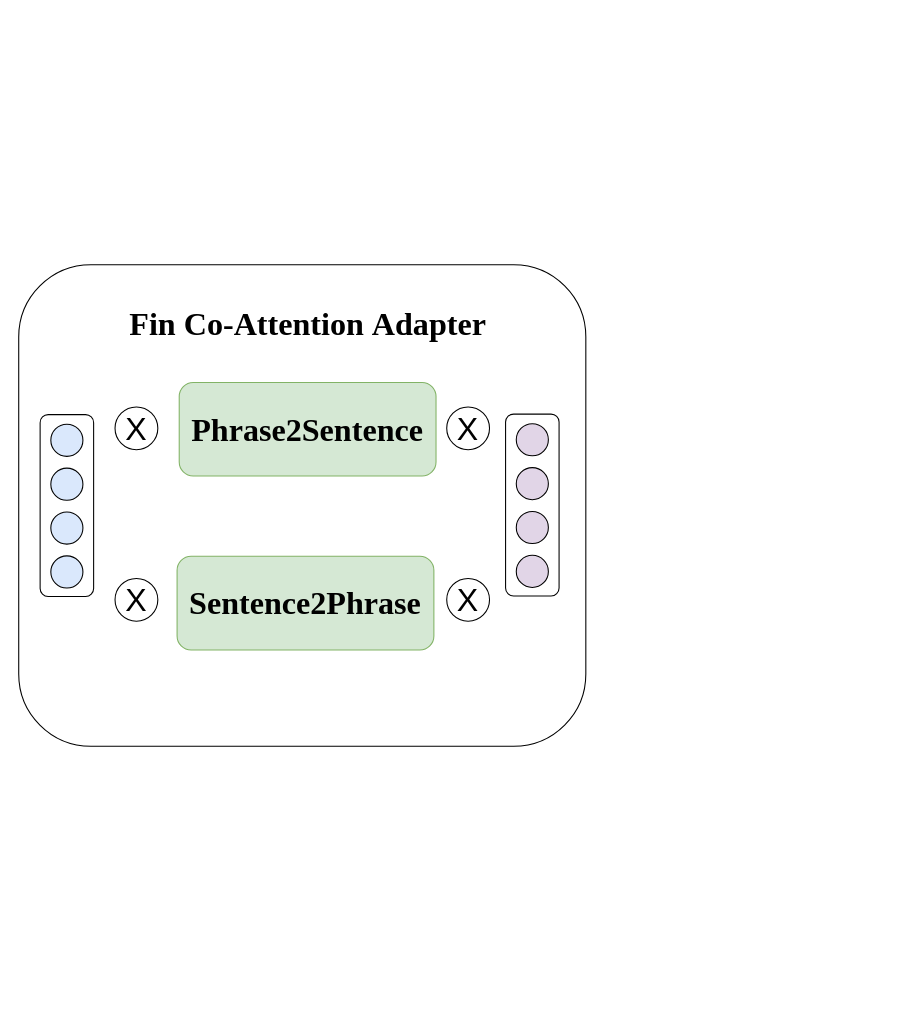
lengyueit/paper_pic keeps this draw.io diagram as text_match/Co-attn.drawio. Above is the earlier version. Source tidied: cells renumbered, new cells numbered last; positions are measured from the earlier drawing's top-left corner, leaving out a move shared by most shapes. Both pictures are drawn from the tidied source at 107%, with x=0, y=0 at pixel (-25, 264).
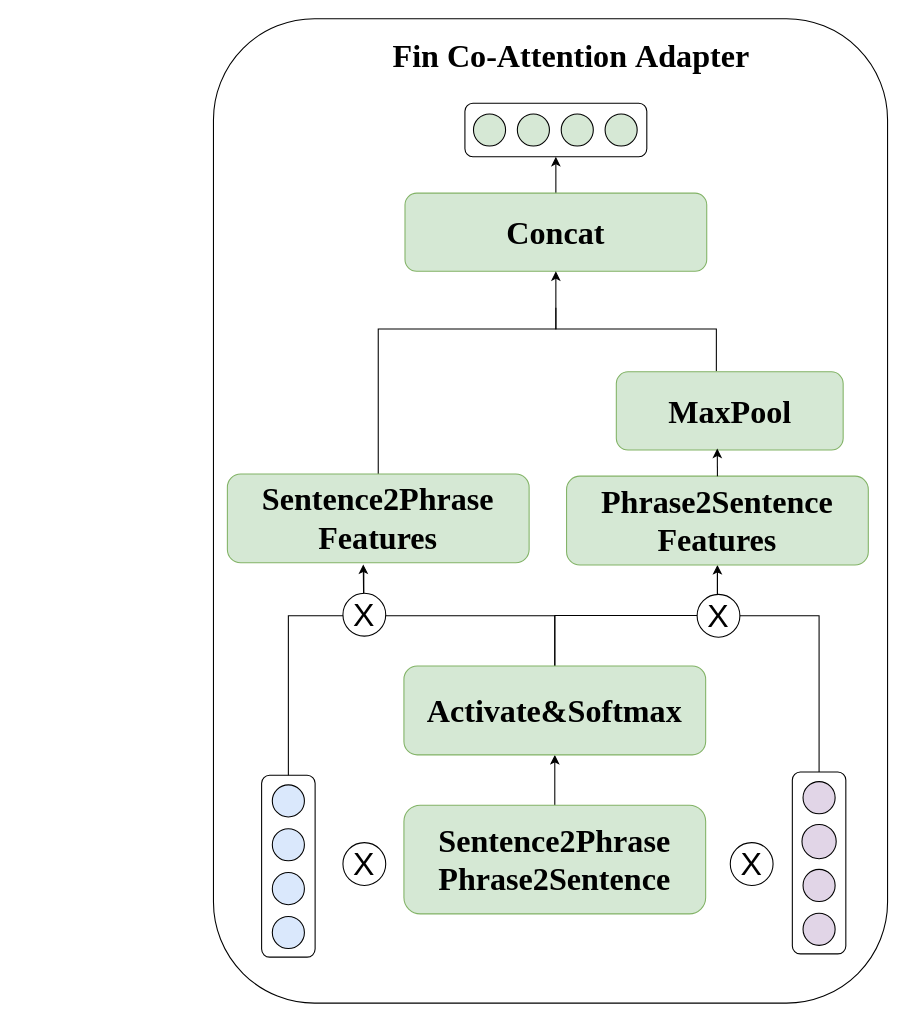
The same page after the edit.

Unchanged cells that the change refers to:
```xml
<mxCell id="11" style="rounded=1;whiteSpace=wrap;html=1;direction=west;rotation=90;" parent="10" vertex="1">
  <mxGeometry x="-60" y="60" width="170" height="50" as="geometry" />
</mxCell>
```

Diff of the diagram source:
```diff
@@
     <mxCell id="2" style="rounded=1;whiteSpace=wrap;html=1;" parent="1" vertex="1">
-      <mxGeometry x="40" width="530" height="450" as="geometry" />
+      <mxGeometry x="222" y="-230" width="630" height="920" as="geometry" />
     </mxCell>
     <mxCell id="3" value="&lt;font face=&quot;Times New Roman&quot; style=&quot;font-size: 30px;&quot;&gt;&lt;b&gt;Fin Co-Attention&amp;nbsp;&lt;/b&gt;&lt;/font&gt;&lt;font size=&quot;1&quot; face=&quot;Times New Roman&quot;&gt;&lt;b style=&quot;font-size: 30px;&quot;&gt;Adapter&lt;/b&gt;&lt;/font&gt;" style="text;html=1;align=center;verticalAlign=middle;strokeColor=none;fillColor=none;" parent="1" vertex="1">
-      <mxGeometry x="130" y="30" width="360" height="50" as="geometry" />
+      <mxGeometry x="376" y="-220" width="360" height="50" as="geometry" />
     </mxCell>
-    <mxCell id="4" value="&lt;b style=&quot;border-color: var(--border-color); font-family: &amp;quot;Times New Roman&amp;quot;; font-size: 30px;&quot;&gt;Phrase2Sentence&lt;/b&gt;" style="rounded=1;whiteSpace=wrap;html=1;fillColor=#d5e8d4;strokeColor=#82b366;" parent="1" vertex="1">
-      <mxGeometry x="190" y="110" width="240" height="87.3" as="geometry" />
-    </mxCell>
+    <mxCell id="21" style="edgeStyle=orthogonalEdgeStyle;rounded=0;jettySize=auto;html=1;exitX=0.5;exitY=0;exitDx=0;exitDy=0;entryX=0.5;entryY=1;entryDx=0;entryDy=0;" parent="1" edge="1" source="5" target="24">
+      <mxGeometry relative="1" as="geometry" />
+    </mxCell>
-    <mxCell id="5" value="&lt;b style=&quot;border-color: var(--border-color); font-family: &amp;quot;Times New Roman&amp;quot;; font-size: 30px;&quot;&gt;Sentence2&lt;/b&gt;&lt;b style=&quot;border-color: var(--border-color); font-family: &amp;quot;Times New Roman&amp;quot;; font-size: 30px;&quot;&gt;Phrase&lt;/b&gt;" style="rounded=1;whiteSpace=wrap;html=1;fillColor=#d5e8d4;strokeColor=#82b366;" parent="1" vertex="1">
-      <mxGeometry x="188" y="272.4" width="240" height="87.6" as="geometry" />
+    <mxCell id="5" value="&lt;b style=&quot;border-color: var(--border-color); font-family: &amp;quot;Times New Roman&amp;quot;; font-size: 30px;&quot;&gt;Sentence2&lt;/b&gt;&lt;b style=&quot;border-color: var(--border-color); font-family: &amp;quot;Times New Roman&amp;quot;; font-size: 30px;&quot;&gt;Phrase&lt;br&gt;&lt;b style=&quot;border-color: var(--border-color);&quot;&gt;Phrase2Sentence&lt;/b&gt;&lt;br&gt;&lt;/b&gt;" style="rounded=1;whiteSpace=wrap;html=1;fillColor=#d5e8d4;strokeColor=#82b366;" parent="1" vertex="1">
+      <mxGeometry x="400" y="505" width="282" height="101.6" as="geometry" />
     </mxCell>
-    <mxCell id="6" value="&lt;div&gt;&lt;font style=&quot;font-size: 30px;&quot;&gt;X&lt;/font&gt;&lt;/div&gt;" style="ellipse;whiteSpace=wrap;html=1;" parent="1" vertex="1">
-      <mxGeometry x="130" y="132.8" width="40" height="40" as="geometry" />
-    </mxCell>
     <mxCell id="7" value="&lt;div&gt;&lt;font style=&quot;font-size: 30px;&quot;&gt;X&lt;/font&gt;&lt;/div&gt;" style="ellipse;whiteSpace=wrap;html=1;" parent="1" vertex="1">
-      <mxGeometry x="130" y="293.1" width="40" height="40" as="geometry" />
+      <mxGeometry x="343" y="540" width="40" height="40" as="geometry" />
     </mxCell>
-    <mxCell id="8" value="&lt;div&gt;&lt;font style=&quot;font-size: 30px;&quot;&gt;X&lt;/font&gt;&lt;/div&gt;" style="ellipse;whiteSpace=wrap;html=1;" parent="1" vertex="1">
-      <mxGeometry x="440" y="132.8" width="40" height="40" as="geometry" />
-    </mxCell>
     <mxCell id="9" value="&lt;div&gt;&lt;font style=&quot;font-size: 30px;&quot;&gt;X&lt;/font&gt;&lt;/div&gt;" style="ellipse;whiteSpace=wrap;html=1;" parent="1" vertex="1">
-      <mxGeometry x="440" y="293.1" width="40" height="40" as="geometry" />
+      <mxGeometry x="705" y="540" width="40" height="40" as="geometry" />
     </mxCell>
     <mxCell id="10" style="group;" parent="1" vertex="1">
-      <mxGeometry x="60" y="140" width="50" height="170" as="geometry" />
+      <mxGeometry x="267" y="477" width="50" height="170" as="geometry" />
     </mxCell>
@@
+    <mxCell id="22" style="edgeStyle=orthogonalEdgeStyle;rounded=0;jettySize=auto;html=1;exitX=0.5;exitY=0;exitDx=0;exitDy=0;" parent="1" edge="1" source="24">
+      <mxGeometry relative="1" as="geometry">
+        <mxPoint x="362" y="280" as="targetPoint" />
+      </mxGeometry>
+    </mxCell>
+    <mxCell id="23" style="edgeStyle=orthogonalEdgeStyle;rounded=0;jettySize=auto;html=1;exitX=0.5;exitY=0;exitDx=0;exitDy=0;entryX=0.5;entryY=1;entryDx=0;entryDy=0;" parent="1" edge="1" source="24" target="38">
+      <mxGeometry relative="1" as="geometry" />
+    </mxCell>
+    <mxCell id="24" value="&lt;b style=&quot;border-color: var(--border-color); font-family: &amp;quot;Times New Roman&amp;quot;; font-size: 30px;&quot;&gt;Activate&amp;amp;Softmax&lt;br&gt;&lt;/b&gt;" style="rounded=1;whiteSpace=wrap;html=1;fillColor=#d5e8d4;strokeColor=#82b366;" parent="1" vertex="1">
+      <mxGeometry x="400" y="375" width="282" height="83" as="geometry" />
+    </mxCell>
+    <mxCell id="25" style="group;" parent="1" vertex="1">
+      <mxGeometry x="763" y="474" width="50" height="170" as="geometry" />
+    </mxCell>
-    <mxCell id="16" style="rounded=1;whiteSpace=wrap;html=1;direction=west;rotation=90;" parent="1" vertex="1">
-      <mxGeometry x="435" y="199.5" width="170" height="50" as="geometry" />
+    <mxCell id="16" style="rounded=1;whiteSpace=wrap;html=1;direction=west;rotation=90;" parent="25" vertex="1">
+      <mxGeometry x="-60" y="60" width="170" height="50" as="geometry" />
     </mxCell>
-    <mxCell id="17" style="ellipse;whiteSpace=wrap;html=1;fillColor=#e1d5e7;direction=west;" parent="1" vertex="1">
-      <mxGeometry x="505" y="148.5" width="30" height="30" as="geometry" />
+    <mxCell id="17" style="ellipse;whiteSpace=wrap;html=1;fillColor=#e1d5e7;direction=west;" parent="25" vertex="1">
+      <mxGeometry x="10" y="9" width="30" height="30" as="geometry" />
     </mxCell>
-    <mxCell id="18" style="ellipse;whiteSpace=wrap;html=1;fillColor=#e1d5e7;direction=west;" parent="1" vertex="1">
-      <mxGeometry x="505" y="189.5" width="30" height="30" as="geometry" />
+    <mxCell id="18" style="ellipse;whiteSpace=wrap;html=1;fillColor=#e1d5e7;direction=west;" parent="25" vertex="1">
+      <mxGeometry x="9" y="49" width="32" height="32" as="geometry" />
     </mxCell>
-    <mxCell id="19" style="ellipse;whiteSpace=wrap;html=1;fillColor=#e1d5e7;direction=west;" parent="1" vertex="1">
-      <mxGeometry x="505" y="230.5" width="30" height="30" as="geometry" />
+    <mxCell id="19" style="ellipse;whiteSpace=wrap;html=1;fillColor=#e1d5e7;direction=west;" parent="25" vertex="1">
+      <mxGeometry x="10" y="91" width="30" height="30" as="geometry" />
     </mxCell>
-    <mxCell id="20" style="ellipse;whiteSpace=wrap;html=1;fillColor=#e1d5e7;direction=west;" parent="1" vertex="1">
-      <mxGeometry x="505" y="271.5" width="30" height="30" as="geometry" />
+    <mxCell id="20" style="ellipse;whiteSpace=wrap;html=1;fillColor=#e1d5e7;direction=west;" parent="25" vertex="1">
+      <mxGeometry x="10" y="132" width="30" height="30" as="geometry" />
     </mxCell>
+    <mxCell id="26" style="group;rotation=90;" parent="1" vertex="1">
+      <mxGeometry x="517" y="-211" width="50" height="170" as="geometry" />
+    </mxCell>
+    <mxCell id="27" style="rounded=1;whiteSpace=wrap;html=1;direction=west;rotation=180;" parent="26" vertex="1">
+      <mxGeometry x="-60" y="60" width="170" height="50" as="geometry" />
+    </mxCell>
+    <mxCell id="28" style="ellipse;whiteSpace=wrap;html=1;fillColor=#d6e8d5;direction=west;rotation=90;" parent="26" vertex="1">
+      <mxGeometry x="71" y="70" width="30" height="30" as="geometry" />
+    </mxCell>
+    <mxCell id="29" style="ellipse;whiteSpace=wrap;html=1;fillColor=#d6e8d5;direction=west;rotation=90;" parent="26" vertex="1">
+      <mxGeometry x="30" y="70" width="30" height="30" as="geometry" />
+    </mxCell>
+    <mxCell id="30" style="ellipse;whiteSpace=wrap;html=1;fillColor=#d6e8d5;direction=west;rotation=90;" parent="26" vertex="1">
+      <mxGeometry x="-11" y="70" width="30" height="30" as="geometry" />
+    </mxCell>
+    <mxCell id="31" style="ellipse;whiteSpace=wrap;html=1;fillColor=#d6e8d5;direction=west;rotation=90;" parent="26" vertex="1">
+      <mxGeometry x="-52" y="70" width="30" height="30" as="geometry" />
+    </mxCell>
+    <mxCell id="32" style="edgeStyle=orthogonalEdgeStyle;rounded=0;jettySize=auto;html=1;exitX=0.5;exitY=0;exitDx=0;exitDy=0;entryX=0.5;entryY=1;entryDx=0;entryDy=0;" parent="1" edge="1" source="33" target="27">
+      <mxGeometry relative="1" as="geometry" />
+    </mxCell>
+    <mxCell id="33" value="&lt;b style=&quot;border-color: var(--border-color); font-family: &amp;quot;Times New Roman&amp;quot;; font-size: 30px;&quot;&gt;Concat&lt;br&gt;&lt;/b&gt;" style="rounded=1;whiteSpace=wrap;html=1;fillColor=#d5e8d4;strokeColor=#82b366;" parent="1" vertex="1">
+      <mxGeometry x="401" y="-67" width="282" height="73" as="geometry" />
+    </mxCell>
+    <mxCell id="34" style="edgeStyle=orthogonalEdgeStyle;rounded=0;jettySize=auto;html=1;exitX=0.5;exitY=0;exitDx=0;exitDy=0;entryX=0.5;entryY=1;entryDx=0;entryDy=0;" parent="1" edge="1" source="35" target="33">
+      <mxGeometry relative="1" as="geometry">
+        <Array as="points">
+          <mxPoint x="376" y="60" />
+          <mxPoint x="542" y="60" />
+        </Array>
+      </mxGeometry>
+    </mxCell>
+    <mxCell id="35" value="&lt;b style=&quot;border-color: var(--border-color); font-family: &amp;quot;Times New Roman&amp;quot;; font-size: 30px;&quot;&gt;&lt;b style=&quot;border-color: var(--border-color);&quot;&gt;Sentence2&lt;/b&gt;&lt;b style=&quot;border-color: var(--border-color);&quot;&gt;Phrase&lt;br&gt;&lt;/b&gt;Features&lt;br&gt;&lt;/b&gt;" style="rounded=1;whiteSpace=wrap;html=1;fillColor=#d5e8d4;strokeColor=#82b366;" parent="1" vertex="1">
+      <mxGeometry x="235" y="195.5" width="282" height="83" as="geometry" />
+    </mxCell>
+    <mxCell id="36" style="edgeStyle=orthogonalEdgeStyle;rounded=0;jettySize=auto;html=1;exitX=1;exitY=0.5;exitDx=0;exitDy=0;entryX=0.452;entryY=1.078;entryDx=0;entryDy=0;entryPerimeter=0;endArrow=none;endFill=0;" parent="1" edge="1" source="11">
+      <mxGeometry relative="1" as="geometry">
+        <mxPoint x="362.5" y="283" as="targetPoint" />
+        <Array as="points">
+          <mxPoint x="292" y="328" />
+          <mxPoint x="362" y="328" />
+        </Array>
+      </mxGeometry>
+    </mxCell>
+    <mxCell id="37" value="&lt;div&gt;&lt;font style=&quot;font-size: 30px;&quot;&gt;X&lt;/font&gt;&lt;/div&gt;" style="ellipse;whiteSpace=wrap;html=1;" parent="1" vertex="1">
+      <mxGeometry x="343" y="307" width="40" height="40" as="geometry" />
+    </mxCell>
+    <mxCell id="38" value="&lt;b style=&quot;border-color: var(--border-color); font-family: &amp;quot;Times New Roman&amp;quot;; font-size: 30px;&quot;&gt;&lt;b style=&quot;border-color: var(--border-color);&quot;&gt;&lt;b style=&quot;border-color: var(--border-color);&quot;&gt;Phrase2Sentence&lt;br&gt;&lt;/b&gt;&lt;/b&gt;Features&lt;br&gt;&lt;/b&gt;" style="rounded=1;whiteSpace=wrap;html=1;fillColor=#d5e8d4;strokeColor=#82b366;" parent="1" vertex="1">
+      <mxGeometry x="552" y="197.5" width="282" height="83" as="geometry" />
+    </mxCell>
+    <mxCell id="39" style="edgeStyle=orthogonalEdgeStyle;rounded=0;jettySize=auto;html=1;entryX=0.5;entryY=1;entryDx=0;entryDy=0;endArrow=none;endFill=0;exitX=1;exitY=0.5;exitDx=0;exitDy=0;" parent="1" edge="1" source="16">
+      <mxGeometry relative="1" as="geometry">
+        <mxPoint x="693" y="288.5" as="targetPoint" />
+        <Array as="points">
+          <mxPoint x="788" y="328" />
+          <mxPoint x="693" y="328" />
+        </Array>
+      </mxGeometry>
+    </mxCell>
+    <mxCell id="40" value="&lt;div&gt;&lt;font style=&quot;font-size: 30px;&quot;&gt;X&lt;/font&gt;&lt;/div&gt;" style="ellipse;whiteSpace=wrap;html=1;" parent="1" vertex="1">
+      <mxGeometry x="674" y="308" width="40" height="40" as="geometry" />
+    </mxCell>
+    <mxCell id="41" style="edgeStyle=orthogonalEdgeStyle;rounded=0;jettySize=auto;html=1;exitX=0.441;exitY=-0.006;exitDx=0;exitDy=0;endArrow=none;endFill=0;exitPerimeter=0;" parent="1" edge="1" source="42">
+      <mxGeometry relative="1" as="geometry">
+        <mxPoint x="542" y="40" as="targetPoint" />
+        <Array as="points">
+          <mxPoint x="692" y="60" />
+          <mxPoint x="542" y="60" />
+        </Array>
+      </mxGeometry>
+    </mxCell>
+    <mxCell id="42" value="&lt;b style=&quot;border-color: var(--border-color); font-family: &amp;quot;Times New Roman&amp;quot;; font-size: 30px;&quot;&gt;MaxPool&lt;br&gt;&lt;/b&gt;" style="rounded=1;whiteSpace=wrap;html=1;fillColor=#d5e8d4;strokeColor=#82b366;" parent="1" vertex="1">
+      <mxGeometry x="598.5" y="100" width="212" height="73" as="geometry" />
+    </mxCell>
+    <mxCell id="43" style="edgeStyle=orthogonalEdgeStyle;rounded=0;jettySize=auto;html=1;exitX=0.5;exitY=0;exitDx=0;exitDy=0;entryX=0.445;entryY=0.982;entryDx=0;entryDy=0;entryPerimeter=0;" parent="1" edge="1" source="38" target="42">
+      <mxGeometry relative="1" as="geometry" />
+    </mxCell>
```
